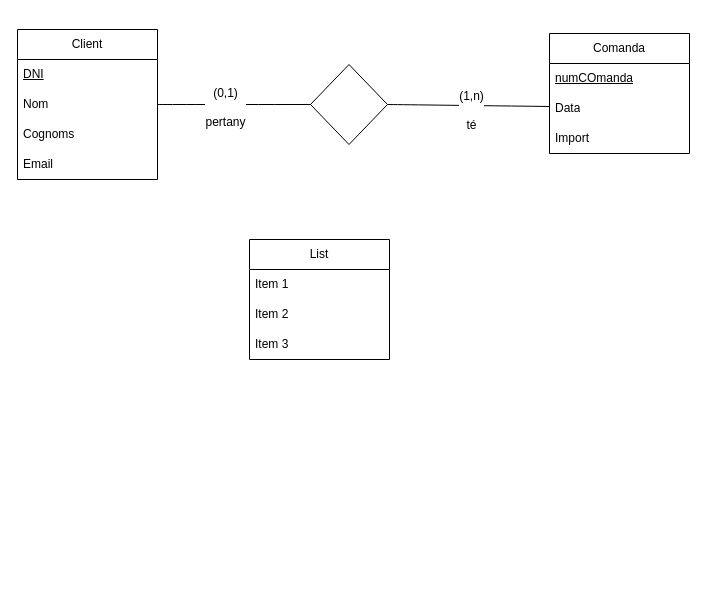
This is 0377-ASGBD (M10)/Untitled Diagram.drawio from gxldnn/edt, a draw.io file, before an edit. Source tidied: cells renumbered, new cells numbered last; positions are measured from the earlier drawing's top-left corner, leaving out a move shared by most shapes. Both pictures are drawn from the tidied source at 100%, with x=0, y=0 at pixel (17, 29).
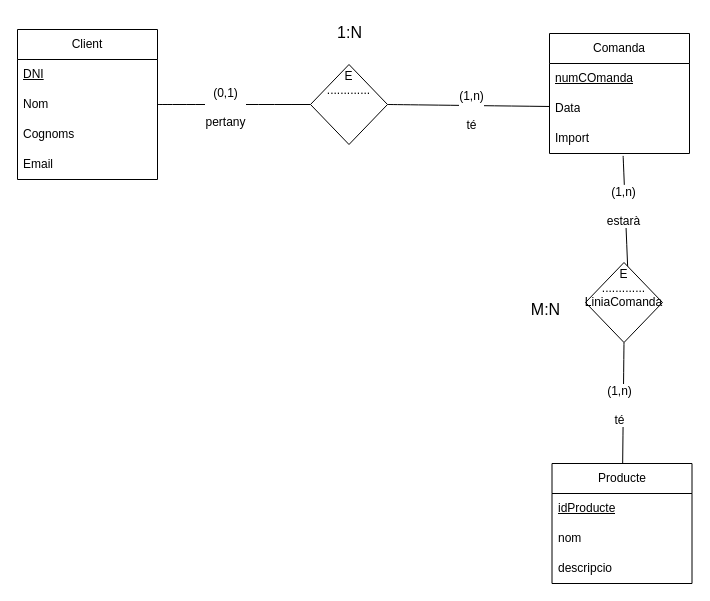
Above is the later version.

The change refers to these unchanged cells:
```xml
<mxCell id="10" value="Import" style="text;strokeColor=none;fillColor=none;align=left;verticalAlign=middle;spacingLeft=4;spacingRight=4;overflow=hidden;points=[[0,0.5],[1,0.5]];portConstraint=eastwest;whiteSpace=wrap;html=1;" parent="7" vertex="1">
  <mxGeometry y="90" width="140" height="30" as="geometry" />
</mxCell>
```

What changed in the source:
```diff
@@
-    <mxCell id="11" value="List" style="swimlane;fontStyle=0;horizontal=1;startSize=30;whiteSpace=wrap;html=1;" parent="1" vertex="1">
-      <mxGeometry x="232" y="210" width="140" height="120" as="geometry" />
-    </mxCell>
-    <mxCell id="12" value="Item 1" style="text;strokeColor=none;fillColor=none;align=left;verticalAlign=middle;spacingLeft=4;spacingRight=4;overflow=hidden;whiteSpace=wrap;html=1;" parent="11" vertex="1">
-      <mxGeometry y="30" width="140" height="30" as="geometry" />
-    </mxCell>
-    <mxCell id="13" value="Item 2" style="text;strokeColor=none;fillColor=none;align=left;verticalAlign=middle;spacingLeft=4;spacingRight=4;overflow=hidden;whiteSpace=wrap;html=1;" parent="11" vertex="1">
-      <mxGeometry y="60" width="140" height="30" as="geometry" />
-    </mxCell>
-    <mxCell id="14" value="Item 3" style="text;strokeColor=none;fillColor=none;align=left;verticalAlign=middle;spacingLeft=4;spacingRight=4;overflow=hidden;whiteSpace=wrap;html=1;" parent="11" vertex="1">
-      <mxGeometry y="90" width="140" height="30" as="geometry" />
-    </mxCell>
-    <mxCell id="15" style="rhombus;whiteSpace=wrap;html=1;" parent="1" vertex="1">
-      <mxGeometry x="293" y="35" width="77" height="80" as="geometry" />
-    </mxCell>
@@
+    <mxCell id="20" style="group;" parent="1" vertex="1">
+      <mxGeometry x="293" y="-12" width="77" height="127" as="geometry" />
+    </mxCell>
+    <mxCell id="15" value="&lt;div&gt;E&lt;/div&gt;&lt;div&gt;.............&lt;/div&gt;&lt;div&gt;&lt;br&gt;&lt;/div&gt;&lt;div&gt;&lt;br&gt;&lt;/div&gt;&lt;div&gt;&lt;br&gt;&lt;/div&gt;" style="rhombus;whiteSpace=wrap;html=1;" parent="20" vertex="1">
+      <mxGeometry y="47" width="77" height="80" as="geometry" />
+    </mxCell>
+    <mxCell id="21" value="&lt;div&gt;1:N&lt;/div&gt;&lt;div&gt;&lt;br&gt;&lt;/div&gt;" style="text;html=1;align=center;verticalAlign=middle;strokeColor=none;fillColor=none;fontSize=16;" parent="20" vertex="1">
+      <mxGeometry x="17" width="43" height="50" as="geometry" />
+    </mxCell>
+    <mxCell id="22" value="Producte" style="swimlane;fontStyle=0;horizontal=1;startSize=30;whiteSpace=wrap;html=1;" parent="1" vertex="1">
+      <mxGeometry x="534.5" y="434" width="140" height="120" as="geometry" />
+    </mxCell>
+    <mxCell id="23" value="&lt;u&gt;idProducte&lt;/u&gt;" style="text;strokeColor=none;fillColor=none;align=left;verticalAlign=middle;spacingLeft=4;spacingRight=4;overflow=hidden;whiteSpace=wrap;html=1;" parent="22" vertex="1">
+      <mxGeometry y="30" width="140" height="30" as="geometry" />
+    </mxCell>
+    <mxCell id="24" value="nom" style="text;strokeColor=none;fillColor=none;align=left;verticalAlign=middle;spacingLeft=4;spacingRight=4;overflow=hidden;whiteSpace=wrap;html=1;" parent="22" vertex="1">
+      <mxGeometry y="60" width="140" height="30" as="geometry" />
+    </mxCell>
+    <mxCell id="25" value="&lt;div&gt;descripcio&lt;/div&gt;" style="text;strokeColor=none;fillColor=none;align=left;verticalAlign=middle;spacingLeft=4;spacingRight=4;overflow=hidden;whiteSpace=wrap;html=1;" parent="22" vertex="1">
+      <mxGeometry y="90" width="140" height="30" as="geometry" />
+    </mxCell>
+    <mxCell id="26" style="endArrow=none;html=1;rounded=0;fontSize=12;startSize=8;endSize=8;curved=1;entryX=0.55;entryY=0.111;entryDx=0;entryDy=0;exitX=0.526;exitY=1.08;exitDx=0;exitDy=0;exitPerimeter=0;entryPerimeter=0;" parent="1" edge="1" source="10" target="31">
+      <mxGeometry relative="1" as="geometry" />
+    </mxCell>
+    <mxCell id="27" value="&lt;div&gt;(1,n)&lt;/div&gt;&lt;div&gt;&lt;br&gt;&lt;/div&gt;&lt;div&gt;estarà&lt;br&gt;&lt;/div&gt;" style="edgeLabel;html=1;align=center;verticalAlign=middle;fontSize=12;" parent="26" vertex="1">
+      <mxGeometry x="-0.13" y="-2" relative="1" as="geometry" />
+    </mxCell>
+    <mxCell id="28" style="endArrow=none;html=1;rounded=0;fontSize=12;startSize=8;endSize=8;curved=1;exitX=0.5;exitY=1;exitDx=0;exitDy=0;" parent="1" edge="1" source="31" target="22">
+      <mxGeometry relative="1" as="geometry" />
+    </mxCell>
+    <mxCell id="29" value="&lt;div&gt;(1,n)&lt;/div&gt;&lt;div&gt;&lt;br&gt;&lt;/div&gt;&lt;div&gt;té&lt;/div&gt;" style="edgeLabel;html=1;align=center;verticalAlign=middle;fontSize=12;" parent="28" vertex="1">
+      <mxGeometry x="0.04" y="-4" relative="1" as="geometry" />
+    </mxCell>
+    <mxCell id="30" style="group;" parent="1" vertex="1">
+      <mxGeometry x="506" y="233" width="139" height="80" as="geometry" />
+    </mxCell>
+    <mxCell id="31" value="&lt;div&gt;E&lt;/div&gt;&lt;div&gt;.............&lt;/div&gt;&lt;div&gt;LiniaComanda&lt;br&gt;&lt;/div&gt;&lt;div&gt;&lt;br&gt;&lt;/div&gt;&lt;div&gt;&lt;br&gt;&lt;/div&gt;" style="rhombus;whiteSpace=wrap;html=1;" parent="30" vertex="1">
+      <mxGeometry x="62" width="77" height="80" as="geometry" />
+    </mxCell>
+    <mxCell id="32" value="M:N" style="text;html=1;align=center;verticalAlign=middle;strokeColor=none;fillColor=none;fontSize=16;" parent="30" vertex="1">
+      <mxGeometry x="-2" y="31" width="47" height="31" as="geometry" />
+    </mxCell>
```
